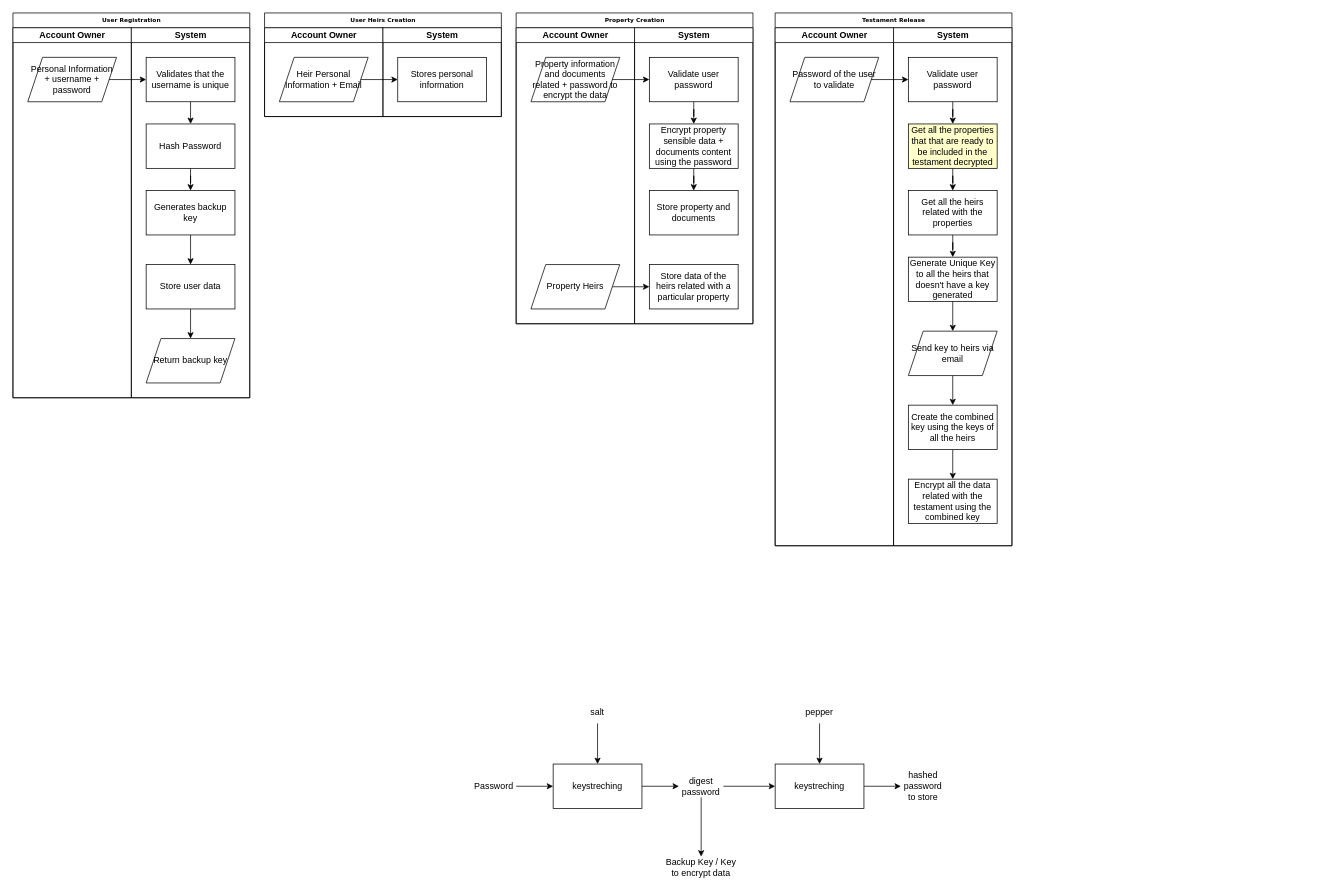
The draw.io diagram ActivityDiagram.drawio in NTHU-Nova-Corp/e-testament-api, before the edit. Source tidied: cells renumbered, new cells numbered last; positions are measured from the earlier drawing's top-left corner, leaving out a move shared by most shapes. Both pictures are drawn from the tidied source at 74%, with x=0, y=0 at pixel (13, 13).
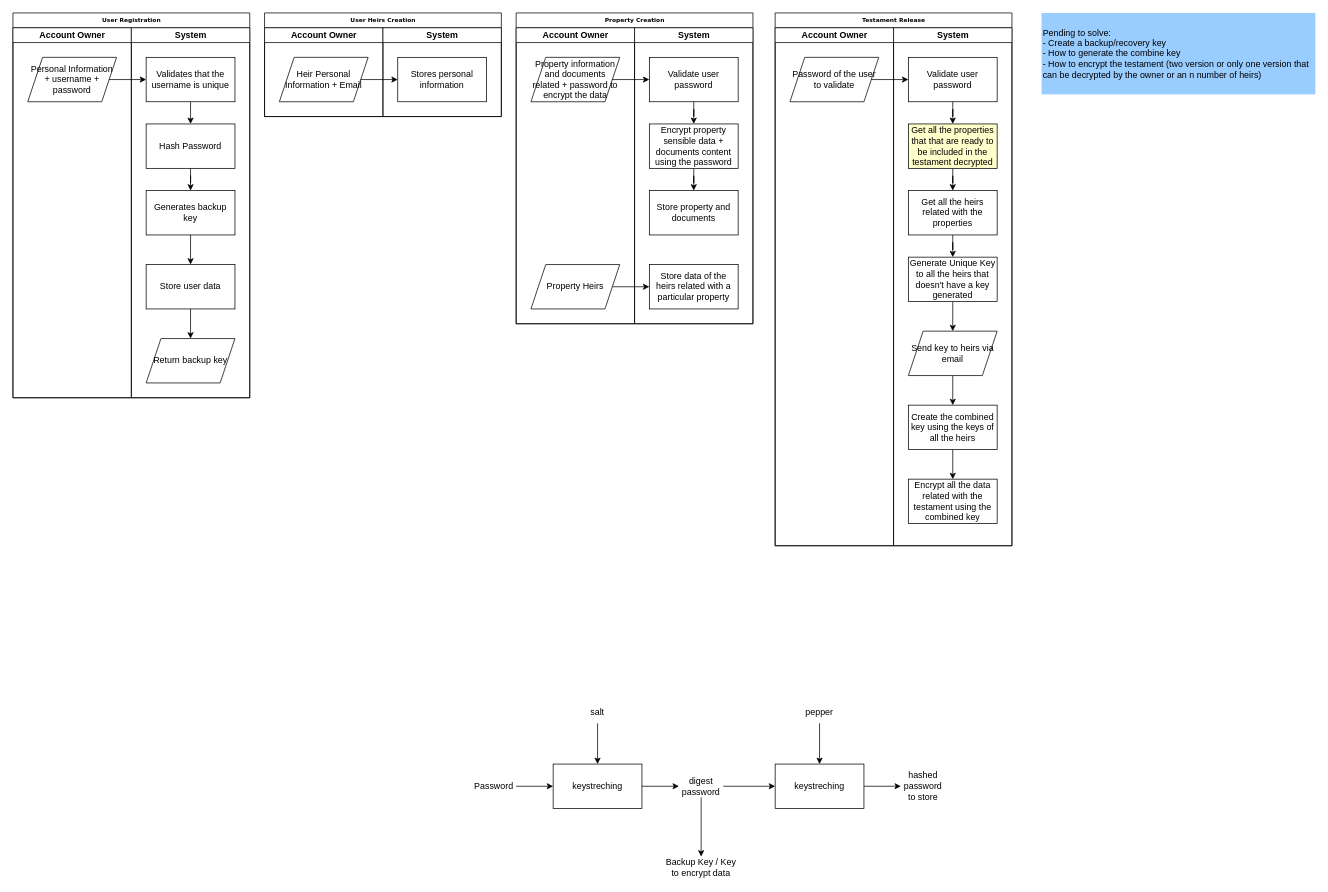
The same page after the edit.

Commit message (it also covers changes not shown here):
activity diagram update

Change to the diagram source:
```diff
@@
+    <mxCell id="68" value="Pending to solve:&lt;br&gt;&lt;div&gt;&lt;span&gt;- Create a backup/recovery key&lt;/span&gt;&lt;/div&gt;&lt;div&gt;- How to generate the combine key&lt;/div&gt;&lt;div&gt;- How to encrypt the testament (two version or only one version that can be decrypted by the owner or an n number of heirs)&lt;/div&gt;" style="text;html=1;strokeColor=none;fillColor=#99CCFF;align=left;verticalAlign=middle;whiteSpace=wrap;rounded=0;" parent="1" vertex="1">
+      <mxGeometry x="1390" width="370" height="110" as="geometry" />
+    </mxCell>
```
